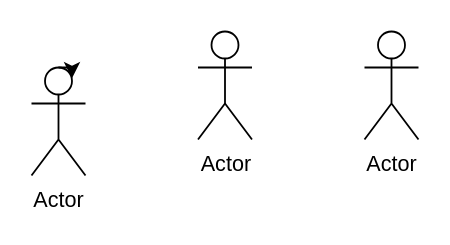
This is Untitled Diagram.drawio from ting88827/IST210-class, a draw.io file, before an edit. Source tidied: cells renumbered, new cells numbered last; positions are measured from the earlier drawing's top-left corner, leaving out a move shared by most shapes. Both pictures are drawn from the tidied source at 180%, with x=0, y=0 at pixel (31, 31).
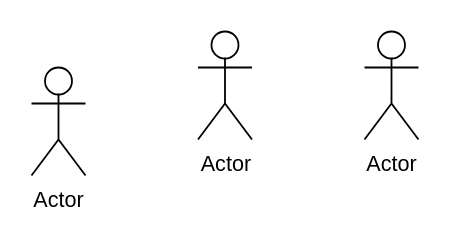
Above is the later version.

Commit message:
Class practice

The edit, as a diff of the source:
```diff
@@
 <mxGraphModel>
   <root>
     <mxCell id="0" />
     <mxCell id="1" parent="0" />
     <mxCell id="2" value="Actor" style="shape=umlActor;verticalLabelPosition=bottom;labelBackgroundColor=#ffffff;verticalAlign=top;html=1;outlineConnect=0;" parent="1" vertex="1">
       <mxGeometry y="20" width="30" height="60" as="geometry" />
     </mxCell>
     <mxCell id="3" value="Actor" style="shape=umlActor;verticalLabelPosition=bottom;labelBackgroundColor=#ffffff;verticalAlign=top;html=1;" parent="1" vertex="1">
       <mxGeometry x="92.5" width="30" height="60" as="geometry" />
     </mxCell>
     <mxCell id="4" value="Actor" style="shape=umlActor;verticalLabelPosition=bottom;labelBackgroundColor=#ffffff;verticalAlign=top;html=1;" parent="1" vertex="1">
       <mxGeometry x="185" width="30" height="60" as="geometry" />
     </mxCell>
-    <mxCell id="5" style="edgeStyle=orthogonalEdgeStyle;rounded=0;orthogonalLoop=1;jettySize=auto;html=1;exitX=0.5;exitY=0;exitDx=0;exitDy=0;exitPerimeter=0;entryX=0.75;entryY=0.1;entryDx=0;entryDy=0;entryPerimeter=0;" parent="1" edge="1" source="2" target="2">
-      <mxGeometry relative="1" as="geometry" />
-    </mxCell>
   </root>
 </mxGraphModel>
```
